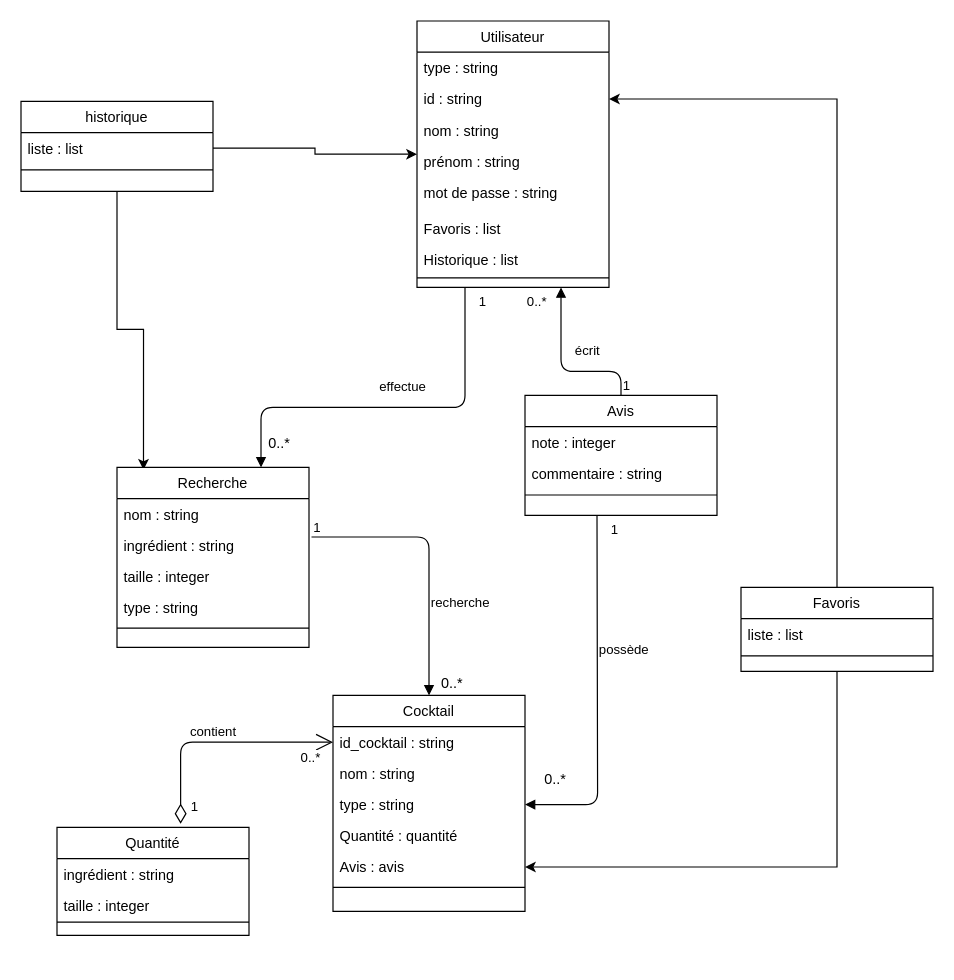
id1617/ProjetInfo2A keeps this draw.io diagram as Diagram classe.drawio. Above is the earlier version. Source tidied: cells renumbered, new cells numbered last; positions are measured from the earlier drawing's top-left corner, leaving out a move shared by most shapes. Both pictures are drawn from the tidied source at 120%, with x=0, y=0 at pixel (20, 20).
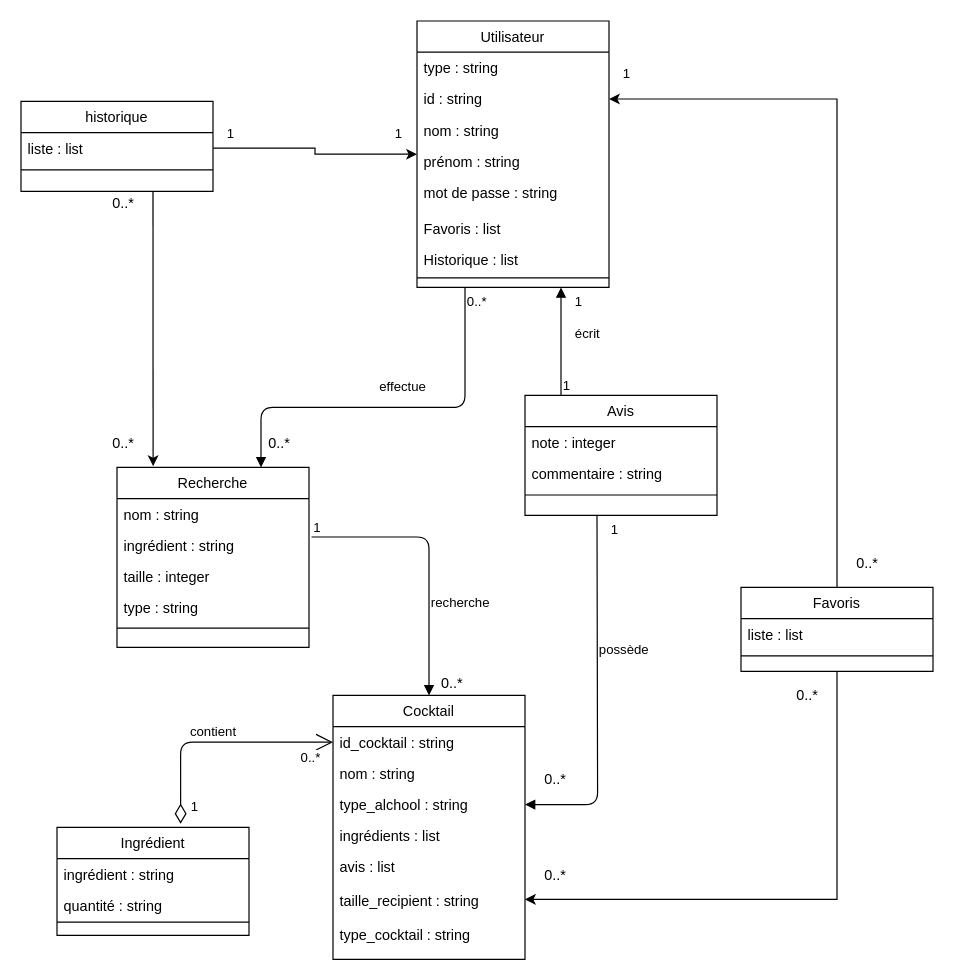
The same diagram, later.

Unchanged cells that the change refers to:
```xml
<mxCell id="3" value="Utilisateur" style="swimlane;fontStyle=0;align=center;verticalAlign=top;horizontal=1;startSize=26;rounded=0;shadow=0;strokeWidth=1;" parent="1" vertex="1">
  <mxGeometry x="330" width="160" height="222" as="geometry" />
</mxCell>
<mxCell id="16" value="historique" style="swimlane;fontStyle=0;align=center;verticalAlign=top;horizontal=1;startSize=26;rounded=0;shadow=0;strokeWidth=1;" parent="1" vertex="1">
  <mxGeometry y="67" width="160" height="75" as="geometry" />
</mxCell>
<mxCell id="19" value="Recherche" style="swimlane;fontStyle=0;align=center;verticalAlign=top;horizontal=1;startSize=26;rounded=0;shadow=0;strokeWidth=1;" parent="1" vertex="1">
  <mxGeometry x="80" y="372" width="160" height="150" as="geometry" />
</mxCell>
<mxCell id="43" value="possède" style="endArrow=block;endFill=1;html=1;edgeStyle=orthogonalEdgeStyle;align=left;verticalAlign=top;entryX=1;entryY=0.5;entryDx=0;entryDy=0;" parent="1" edge="1" target="28">
  <mxGeometry x="-0.34" relative="1" as="geometry">
    <mxPoint x="480" y="412" as="sourcePoint" />
  </mxGeometry>
</mxCell>
<mxCell id="53" value="effectue" style="endArrow=block;endFill=1;html=1;edgeStyle=orthogonalEdgeStyle;align=left;verticalAlign=top;entryX=0.75;entryY=0;entryDx=0;entryDy=0;exitX=0.25;exitY=1;exitDx=0;exitDy=0;" parent="1" edge="1" source="3" target="19">
  <mxGeometry x="0.08" y="-30" relative="1" as="geometry">
    <Array as="points">
      <mxPoint x="370" y="322" />
      <mxPoint x="200" y="322" />
    </Array>
  </mxGeometry>
</mxCell>
```

Change to the diagram source:
```diff
@@
-    <mxCell id="2" style="edgeStyle=orthogonalEdgeStyle;rounded=0;jettySize=auto;html=1;entryX=0.138;entryY=0.013;entryDx=0;entryDy=0;entryPerimeter=0;" parent="1" edge="1" source="16" target="19">
-      <mxGeometry relative="1" as="geometry" />
-    </mxCell>
@@
-    <mxCell id="12" value="Quantité" style="swimlane;fontStyle=0;align=center;verticalAlign=top;horizontal=1;startSize=26;rounded=0;shadow=0;strokeWidth=1;" parent="1" vertex="1">
+    <mxCell id="12" value="Ingrédient" style="swimlane;fontStyle=0;align=center;verticalAlign=top;horizontal=1;startSize=26;rounded=0;shadow=0;strokeWidth=1;" parent="1" vertex="1">
       <mxGeometry x="30" y="672" width="160" height="90" as="geometry" />
     </mxCell>
@@
-    <mxCell id="14" value="taille : integer" style="text;align=left;verticalAlign=top;spacingLeft=4;spacingRight=4;overflow=hidden;rounded=0;shadow=0;html=0;" parent="12" vertex="1">
+    <mxCell id="14" value="quantité : string" style="text;align=left;verticalAlign=top;spacingLeft=4;spacingRight=4;overflow=hidden;rounded=0;shadow=0;html=0;" parent="12" vertex="1">
       <mxGeometry y="52" width="160" height="26" as="geometry" />
     </mxCell>
@@
     <mxCell id="25" value="Cocktail" style="swimlane;fontStyle=0;align=center;verticalAlign=top;horizontal=1;startSize=26;rounded=0;shadow=0;strokeWidth=1;" parent="1" vertex="1">
-      <mxGeometry x="260" y="562" width="160" height="180" as="geometry" />
+      <mxGeometry x="260" y="562" width="160" height="220" as="geometry" />
     </mxCell>
@@
-    <mxCell id="28" value="type : string" style="text;align=left;verticalAlign=top;spacingLeft=4;spacingRight=4;overflow=hidden;points=[[0,0.5],[1,0.5]];portConstraint=eastwest;fontStyle=0;" parent="25" vertex="1">
+    <mxCell id="28" value="type_alchool : string" style="text;align=left;verticalAlign=top;spacingLeft=4;spacingRight=4;overflow=hidden;points=[[0,0.5],[1,0.5]];portConstraint=eastwest;fontStyle=0;" parent="25" vertex="1">
       <mxGeometry y="78" width="160" height="26" as="geometry" />
     </mxCell>
-    <mxCell id="29" value="Quantité : quantité" style="text;align=left;verticalAlign=top;spacingLeft=4;spacingRight=4;overflow=hidden;" parent="25" vertex="1">
+    <mxCell id="29" value="ingrédients : list" style="text;align=left;verticalAlign=top;spacingLeft=4;spacingRight=4;overflow=hidden;" parent="25" vertex="1">
       <mxGeometry y="104" width="160" height="26" as="geometry" />
     </mxCell>
-    <mxCell id="30" value="Avis : avis" style="text;align=left;verticalAlign=top;spacingLeft=4;spacingRight=4;overflow=hidden;points=[[0,0.5],[1,0.5]];portConstraint=eastwest;" parent="25" vertex="1">
-      <mxGeometry y="130" width="160" height="26" as="geometry" />
+    <mxCell id="30" value="avis : list&#10;&#10;taille_recipient : string&#10;&#10;type_cocktail : string" style="text;align=left;verticalAlign=top;spacingLeft=4;spacingRight=4;overflow=hidden;points=[[0,0.5],[1,0.5]];portConstraint=eastwest;" parent="25" vertex="1">
+      <mxGeometry y="130" width="160" height="80" as="geometry" />
     </mxCell>
-    <mxCell id="31" style="line;html=1;strokeWidth=1;align=left;verticalAlign=middle;spacingTop=-1;spacingLeft=3;spacingRight=3;labelPosition=right;" parent="25" vertex="1">
-      <mxGeometry y="156" width="160" height="8" as="geometry" />
-    </mxCell>
@@
+    <mxCell id="57" value="1" style="edgeLabel;html=1;align=left;verticalAlign=bottom;" parent="43" vertex="1">
+      <mxGeometry x="-1" relative="1" as="geometry">
+        <mxPoint x="20" y="-360" as="offset" />
+      </mxGeometry>
+    </mxCell>
+    <mxCell id="58" value="1" style="edgeLabel;html=1;align=left;verticalAlign=bottom;" parent="43" vertex="1">
+      <mxGeometry x="-1" relative="1" as="geometry">
+        <mxPoint x="-170" y="-310" as="offset" />
+      </mxGeometry>
+    </mxCell>
+    <mxCell id="59" value="1" style="edgeLabel;html=1;align=left;verticalAlign=bottom;" parent="43" vertex="1">
+      <mxGeometry x="-1" relative="1" as="geometry">
+        <mxPoint x="-310" y="-310" as="offset" />
+      </mxGeometry>
+    </mxCell>
@@
     <mxCell id="50" value="écrit" style="endArrow=block;endFill=1;html=1;edgeStyle=orthogonalEdgeStyle;align=left;verticalAlign=top;entryX=0.75;entryY=1;entryDx=0;entryDy=0;" parent="1" edge="1" target="3">
       <mxGeometry x="0.43" y="-10" relative="1" as="geometry">
-        <mxPoint x="500" y="312" as="sourcePoint" />
+        <mxPoint x="450" y="312" as="sourcePoint" />
         <Array as="points">
-          <mxPoint x="500" y="292" />
-          <mxPoint x="450" y="292" />
+          <mxPoint x="450" y="312" />
         </Array>
       </mxGeometry>
     </mxCell>
@@
     <mxCell id="54" value="1" style="edgeLabel;html=1;align=left;verticalAlign=bottom;" parent="53" vertex="1">
       <mxGeometry x="-1" relative="1" as="geometry">
-        <mxPoint x="10" y="20" as="offset" />
+        <mxPoint x="90" y="20" as="offset" />
       </mxGeometry>
     </mxCell>
@@
+    <mxCell id="60" value="&lt;font style=&quot;font-size: 12px&quot;&gt;0..*&lt;/font&gt;" style="text;html=1;align=center;verticalAlign=middle;" parent="1" vertex="1">
+      <mxGeometry x="430" y="702" width="30" height="20" as="geometry" />
+    </mxCell>
+    <mxCell id="61" value="&lt;font style=&quot;font-size: 12px&quot;&gt;0..*&lt;/font&gt;" style="text;html=1;align=center;verticalAlign=middle;" parent="1" vertex="1">
+      <mxGeometry x="640" y="552" width="30" height="20" as="geometry" />
+    </mxCell>
+    <mxCell id="62" value="&lt;font style=&quot;font-size: 12px&quot;&gt;0..*&lt;/font&gt;" style="text;html=1;align=center;verticalAlign=middle;" parent="1" vertex="1">
+      <mxGeometry x="690" y="442" width="30" height="20" as="geometry" />
+    </mxCell>
+    <mxCell id="63" style="endArrow=classic;html=1;entryX=0.188;entryY=-0.007;entryDx=0;entryDy=0;entryPerimeter=0;" parent="1" edge="1" target="19">
+      <mxGeometry relative="1" as="geometry">
+        <mxPoint x="110" y="142" as="sourcePoint" />
+      </mxGeometry>
+    </mxCell>
+    <mxCell id="64" value="&lt;font style=&quot;font-size: 12px&quot;&gt;0..*&lt;/font&gt;" style="text;html=1;align=center;verticalAlign=middle;" parent="1" vertex="1">
+      <mxGeometry x="70" y="142" width="30" height="20" as="geometry" />
+    </mxCell>
+    <mxCell id="65" value="&lt;font style=&quot;font-size: 12px&quot;&gt;0..*&lt;/font&gt;" style="text;html=1;align=center;verticalAlign=middle;" parent="1" vertex="1">
+      <mxGeometry x="70" y="342" width="30" height="20" as="geometry" />
+    </mxCell>
```
